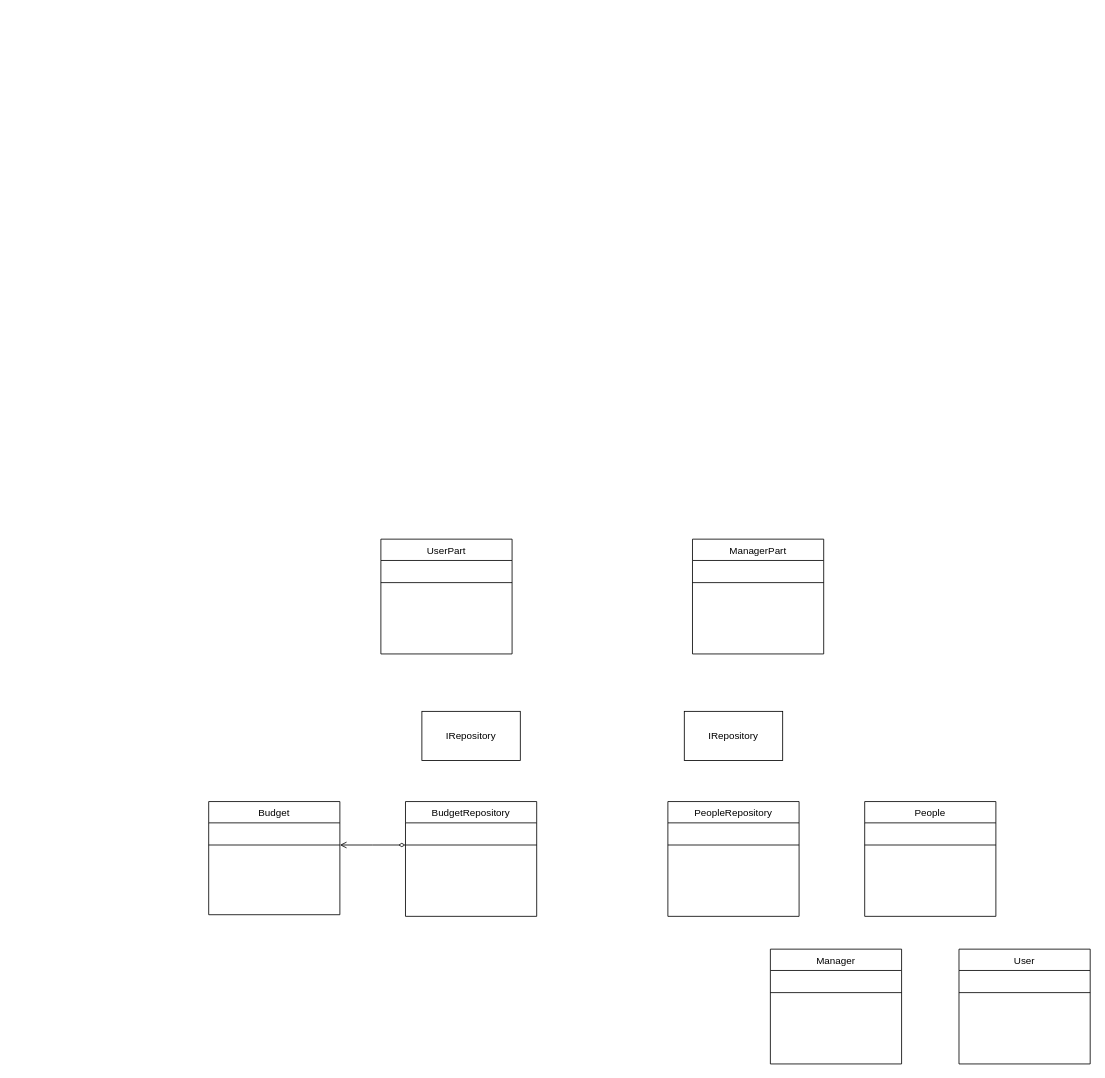
This is budgetdock_uml.drawio from SirBing/UML, a draw.io file, before an edit. Source tidied: cells renumbered, new cells numbered last; positions are measured from the earlier drawing's top-left corner, leaving out a move shared by most shapes. Both pictures are drawn from the tidied source at 82%, with x=0, y=0 at pixel (208, 539).
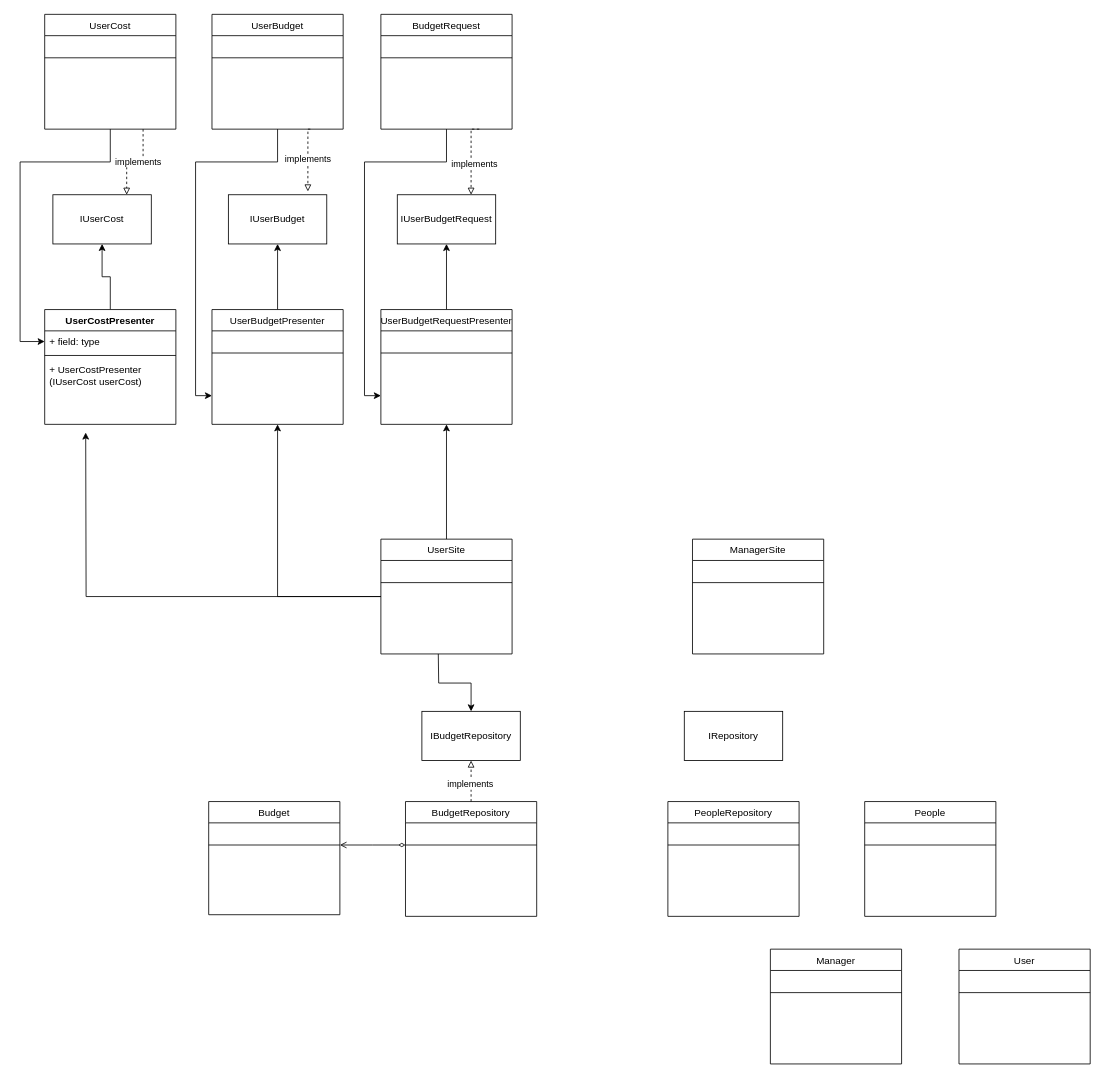
Above is the later version.

Unchanged cells that the change refers to:
```xml
<mxCell id="4" value="BudgetRepository" style="swimlane;fontStyle=0;align=center;verticalAlign=top;horizontal=1;startSize=26;rounded=0;shadow=0;strokeWidth=1;" parent="1" vertex="1">
  <mxGeometry x="240" y="320" width="160" height="140" as="geometry" />
</mxCell>
```

What changed in the source:
```diff
@@
-    <mxCell id="7" value="IRepository" style="rounded=0;whiteSpace=wrap;html=1;" parent="1" vertex="1">
+    <mxCell id="7" value="IBudgetRepository" style="rounded=0;whiteSpace=wrap;html=1;" parent="1" vertex="1">
       <mxGeometry x="260" y="210" width="120" height="60" as="geometry" />
     </mxCell>
-    <mxCell id="8" value="ManagerPart" style="swimlane;fontStyle=0;align=center;verticalAlign=top;horizontal=1;startSize=26;rounded=0;shadow=0;strokeWidth=1;" parent="1" vertex="1">
+    <mxCell id="8" value="ManagerSite" style="swimlane;fontStyle=0;align=center;verticalAlign=top;horizontal=1;startSize=26;rounded=0;shadow=0;strokeWidth=1;" parent="1" vertex="1">
       <mxGeometry x="590" width="160" height="140" as="geometry" />
     </mxCell>
@@
+    <mxCell id="21" style="edgeStyle=orthogonalEdgeStyle;rounded=0;jettySize=auto;html=1;entryX=0.5;entryY=1;entryDx=0;entryDy=0;endArrow=classic;endFill=1;" parent="1" edge="1" source="10" target="31">
+      <mxGeometry relative="1" as="geometry" />
+    </mxCell>
+    <mxCell id="22" style="edgeStyle=orthogonalEdgeStyle;rounded=0;jettySize=auto;html=1;entryX=0.5;entryY=1;entryDx=0;entryDy=0;endArrow=classic;endFill=1;" parent="1" edge="1" source="10" target="25">
+      <mxGeometry relative="1" as="geometry" />
+    </mxCell>
+    <mxCell id="23" style="edgeStyle=orthogonalEdgeStyle;rounded=0;jettySize=auto;html=1;endArrow=classic;endFill=1;" parent="1" edge="1" source="10">
+      <mxGeometry relative="1" as="geometry">
+        <mxPoint x="-150" y="-130" as="targetPoint" />
+      </mxGeometry>
+    </mxCell>
-    <mxCell id="10" value="UserPart" style="swimlane;fontStyle=0;align=center;verticalAlign=top;horizontal=1;startSize=26;rounded=0;shadow=0;strokeWidth=1;" parent="1" vertex="1">
+    <mxCell id="10" value="UserSite" style="swimlane;fontStyle=0;align=center;verticalAlign=top;horizontal=1;startSize=26;rounded=0;shadow=0;strokeWidth=1;" parent="1" vertex="1">
       <mxGeometry x="210" width="160" height="140" as="geometry" />
     </mxCell>
@@
+    <mxCell id="24" style="edgeStyle=orthogonalEdgeStyle;rounded=0;jettySize=auto;html=1;entryX=0.5;entryY=1;entryDx=0;entryDy=0;endArrow=classic;endFill=1;" parent="1" edge="1" source="25" target="34">
+      <mxGeometry relative="1" as="geometry" />
+    </mxCell>
+    <mxCell id="25" value="UserBudgetPresenter" style="swimlane;fontStyle=0;align=center;verticalAlign=top;horizontal=1;startSize=26;rounded=0;shadow=0;strokeWidth=1;" parent="1" vertex="1">
+      <mxGeometry x="4" y="-280" width="160" height="140" as="geometry" />
+    </mxCell>
+    <mxCell id="26" style="line;html=1;strokeWidth=1;align=left;verticalAlign=middle;spacingTop=-1;spacingLeft=3;spacingRight=3;labelPosition=right;" parent="25" vertex="1">
+      <mxGeometry y="26" width="160" height="54" as="geometry" />
+    </mxCell>
+    <mxCell id="27" style="edgeStyle=orthogonalEdgeStyle;rounded=0;jettySize=auto;html=1;dashed=1;endArrow=block;endFill=0;entryX=0.75;entryY=0;entryDx=0;entryDy=0;exitX=0.75;exitY=1;exitDx=0;exitDy=0;" parent="1" edge="1" source="37" target="33">
+      <mxGeometry relative="1" as="geometry">
+        <Array as="points">
+          <mxPoint x="-80" y="-460" />
+          <mxPoint x="-100" y="-460" />
+        </Array>
+      </mxGeometry>
+    </mxCell>
+    <mxCell id="28" value="implements" style="edgeLabel;html=1;align=center;verticalAlign=middle;" parent="27" vertex="1">
+      <mxGeometry x="-0.07" y="-1" relative="1" as="geometry" />
+    </mxCell>
+    <mxCell id="29" style="edgeStyle=orthogonalEdgeStyle;rounded=0;jettySize=auto;html=1;entryX=0.5;entryY=1;entryDx=0;entryDy=0;endArrow=classic;endFill=1;exitX=0.5;exitY=0;exitDx=0;exitDy=0;" parent="1" edge="1" source="52" target="33">
+      <mxGeometry relative="1" as="geometry" />
+    </mxCell>
+    <mxCell id="30" style="edgeStyle=orthogonalEdgeStyle;rounded=0;jettySize=auto;html=1;entryX=0.5;entryY=1;entryDx=0;entryDy=0;endArrow=classic;endFill=1;" parent="1" edge="1" source="31" target="35">
+      <mxGeometry relative="1" as="geometry" />
+    </mxCell>
+    <mxCell id="31" value="UserBudgetRequestPresenter" style="swimlane;fontStyle=0;align=center;verticalAlign=top;horizontal=1;startSize=26;rounded=0;shadow=0;strokeWidth=1;" parent="1" vertex="1">
+      <mxGeometry x="210" y="-280" width="160" height="140" as="geometry" />
+    </mxCell>
+    <mxCell id="32" style="line;html=1;strokeWidth=1;align=left;verticalAlign=middle;spacingTop=-1;spacingLeft=3;spacingRight=3;labelPosition=right;" parent="31" vertex="1">
+      <mxGeometry y="26" width="160" height="54" as="geometry" />
+    </mxCell>
+    <mxCell id="33" value="IUserCost" style="rounded=0;whiteSpace=wrap;html=1;" parent="1" vertex="1">
+      <mxGeometry x="-190" y="-420" width="120" height="60" as="geometry" />
+    </mxCell>
+    <mxCell id="34" value="IUserBudget" style="rounded=0;whiteSpace=wrap;html=1;" parent="1" vertex="1">
+      <mxGeometry x="24" y="-420" width="120" height="60" as="geometry" />
+    </mxCell>
+    <mxCell id="35" value="IUserBudgetRequest" style="rounded=0;whiteSpace=wrap;html=1;" parent="1" vertex="1">
+      <mxGeometry x="230" y="-420" width="120" height="60" as="geometry" />
+    </mxCell>
+    <mxCell id="36" style="edgeStyle=orthogonalEdgeStyle;rounded=0;jettySize=auto;html=1;entryX=0;entryY=0.5;entryDx=0;entryDy=0;endArrow=classic;endFill=1;" parent="1" edge="1" source="37" target="53">
+      <mxGeometry relative="1" as="geometry">
+        <Array as="points">
+          <mxPoint x="-120" y="-460" />
+          <mxPoint x="-230" y="-460" />
+          <mxPoint x="-230" y="-241" />
+        </Array>
+      </mxGeometry>
+    </mxCell>
+    <mxCell id="37" value="UserCost" style="swimlane;fontStyle=0;align=center;verticalAlign=top;horizontal=1;startSize=26;rounded=0;shadow=0;strokeWidth=1;" parent="1" vertex="1">
+      <mxGeometry x="-200" y="-640" width="160" height="140" as="geometry" />
+    </mxCell>
+    <mxCell id="38" style="line;html=1;strokeWidth=1;align=left;verticalAlign=middle;spacingTop=-1;spacingLeft=3;spacingRight=3;labelPosition=right;" parent="37" vertex="1">
+      <mxGeometry y="26" width="160" height="54" as="geometry" />
+    </mxCell>
+    <mxCell id="39" style="edgeStyle=orthogonalEdgeStyle;rounded=0;jettySize=auto;html=1;entryX=0;entryY=0.75;entryDx=0;entryDy=0;endArrow=classic;endFill=1;" parent="1" edge="1" source="42" target="25">
+      <mxGeometry relative="1" as="geometry">
+        <Array as="points">
+          <mxPoint x="84" y="-460" />
+          <mxPoint x="-16" y="-460" />
+          <mxPoint x="-16" y="-175" />
+        </Array>
+      </mxGeometry>
+    </mxCell>
+    <mxCell id="40" style="edgeStyle=orthogonalEdgeStyle;rounded=0;jettySize=auto;html=1;entryX=0.808;entryY=-0.067;entryDx=0;entryDy=0;entryPerimeter=0;endArrow=block;endFill=0;exitX=0.75;exitY=1;exitDx=0;exitDy=0;dashed=1;" parent="1" edge="1" source="42" target="34">
+      <mxGeometry relative="1" as="geometry">
+        <Array as="points">
+          <mxPoint x="121" y="-500" />
+        </Array>
+      </mxGeometry>
+    </mxCell>
+    <mxCell id="41" value="implements" style="edgeLabel;html=1;align=center;verticalAlign=middle;" parent="40" vertex="1">
+      <mxGeometry x="0.01" relative="1" as="geometry" />
+    </mxCell>
+    <mxCell id="42" value="UserBudget" style="swimlane;fontStyle=0;align=center;verticalAlign=top;horizontal=1;startSize=26;rounded=0;shadow=0;strokeWidth=1;" parent="1" vertex="1">
+      <mxGeometry x="4" y="-640" width="160" height="140" as="geometry" />
+    </mxCell>
+    <mxCell id="43" style="line;html=1;strokeWidth=1;align=left;verticalAlign=middle;spacingTop=-1;spacingLeft=3;spacingRight=3;labelPosition=right;" parent="42" vertex="1">
+      <mxGeometry y="26" width="160" height="54" as="geometry" />
+    </mxCell>
+    <mxCell id="44" style="edgeStyle=orthogonalEdgeStyle;rounded=0;jettySize=auto;html=1;entryX=0;entryY=0.75;entryDx=0;entryDy=0;endArrow=classic;endFill=1;" parent="1" edge="1" source="47" target="31">
+      <mxGeometry relative="1" as="geometry">
+        <Array as="points">
+          <mxPoint x="290" y="-460" />
+          <mxPoint x="190" y="-460" />
+          <mxPoint x="190" y="-175" />
+        </Array>
+      </mxGeometry>
+    </mxCell>
+    <mxCell id="45" style="edgeStyle=orthogonalEdgeStyle;rounded=0;jettySize=auto;html=1;entryX=0.75;entryY=0;entryDx=0;entryDy=0;endArrow=block;endFill=0;exitX=0.75;exitY=1;exitDx=0;exitDy=0;dashed=1;" parent="1" edge="1" source="47" target="35">
+      <mxGeometry relative="1" as="geometry">
+        <Array as="points">
+          <mxPoint x="320" y="-500" />
+        </Array>
+      </mxGeometry>
+    </mxCell>
+    <mxCell id="46" value="implements" style="edgeLabel;html=1;align=center;verticalAlign=middle;" parent="45" vertex="1">
+      <mxGeometry x="0.16" y="3" relative="1" as="geometry" />
+    </mxCell>
+    <mxCell id="47" value="BudgetRequest" style="swimlane;fontStyle=0;align=center;verticalAlign=top;horizontal=1;startSize=26;rounded=0;shadow=0;strokeWidth=1;" parent="1" vertex="1">
+      <mxGeometry x="210" y="-640" width="160" height="140" as="geometry" />
+    </mxCell>
+    <mxCell id="48" style="line;html=1;strokeWidth=1;align=left;verticalAlign=middle;spacingTop=-1;spacingLeft=3;spacingRight=3;labelPosition=right;" parent="47" vertex="1">
+      <mxGeometry y="26" width="160" height="54" as="geometry" />
+    </mxCell>
+    <mxCell id="49" style="endArrow=block;html=1;rounded=0;edgeStyle=orthogonalEdgeStyle;entryX=0.5;entryY=1;entryDx=0;entryDy=0;exitX=0.5;exitY=0;exitDx=0;exitDy=0;dashed=1;endFill=0;" parent="1" edge="1" source="4" target="7">
+      <mxGeometry relative="1" as="geometry" />
+    </mxCell>
+    <mxCell id="50" value="implements" style="edgeLabel;html=1;align=center;verticalAlign=middle;" parent="49" vertex="1">
+      <mxGeometry x="-0.12" y="2" relative="1" as="geometry" />
+    </mxCell>
+    <mxCell id="51" style="endArrow=classic;html=1;rounded=0;edgeStyle=orthogonalEdgeStyle;entryX=0.5;entryY=0;entryDx=0;entryDy=0;" parent="1" edge="1" target="7">
+      <mxGeometry relative="1" as="geometry">
+        <mxPoint x="280" y="140" as="sourcePoint" />
+      </mxGeometry>
+    </mxCell>
+    <mxCell id="52" value="UserCostPresenter" style="swimlane;fontStyle=1;align=center;verticalAlign=top;horizontal=1;startSize=26;" parent="1" vertex="1">
+      <mxGeometry x="-200" y="-280" width="160" height="140" as="geometry" />
+    </mxCell>
+    <mxCell id="53" value="+ field: type" style="text;strokeColor=none;fillColor=none;align=left;verticalAlign=top;spacingLeft=4;spacingRight=4;overflow=hidden;points=[[0,0.5],[1,0.5]];portConstraint=eastwest;" parent="52" vertex="1">
+      <mxGeometry y="26" width="160" height="26" as="geometry" />
+    </mxCell>
+    <mxCell id="54" style="line;strokeWidth=1;fillColor=none;align=left;verticalAlign=middle;spacingTop=-1;spacingLeft=3;spacingRight=3;labelPosition=right;" parent="52" vertex="1">
+      <mxGeometry y="52" width="160" height="8" as="geometry" />
+    </mxCell>
+    <mxCell id="55" value="+ UserCostPresenter&#10;(IUserCost userCost)" style="text;strokeColor=none;fillColor=none;align=left;verticalAlign=top;spacingLeft=4;spacingRight=4;overflow=hidden;" parent="52" vertex="1">
+      <mxGeometry y="60" width="160" height="80" as="geometry" />
+    </mxCell>
```
